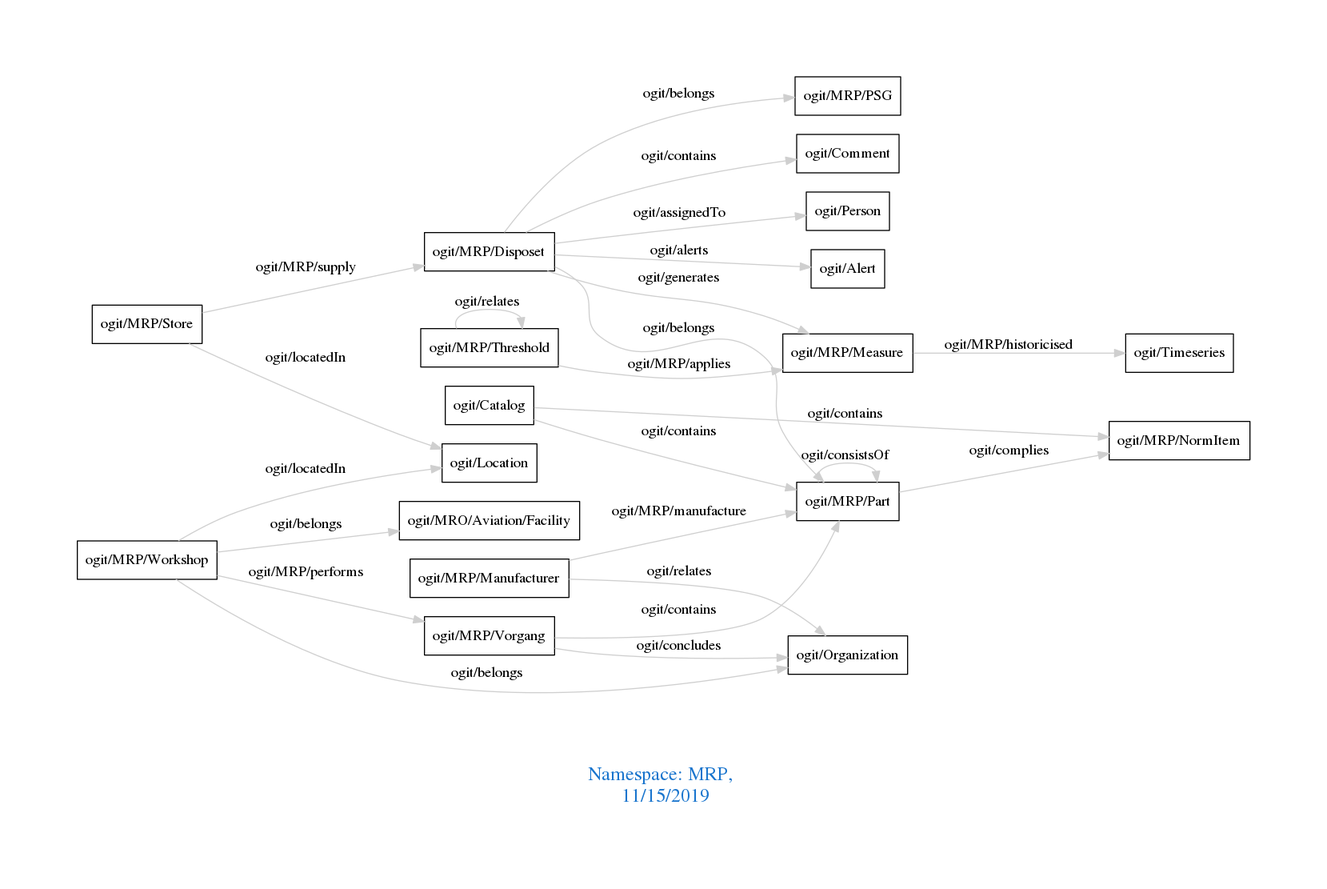
Above: downloads/MRP.png in arago/OGIT (Graphviz), before the change. Its source is kept beside it as downloads/MRP.dot.
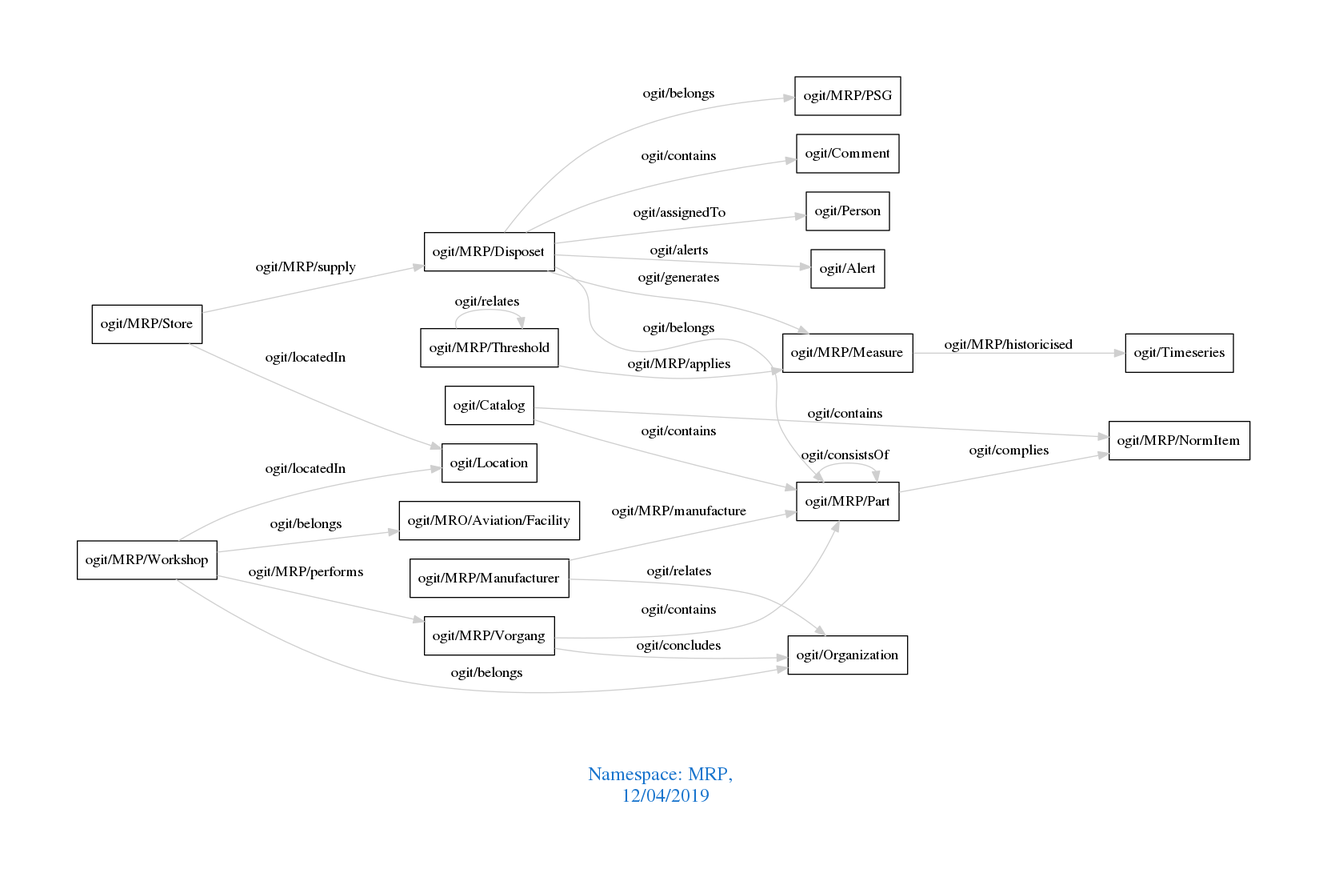
The same diagram one commit later.

What changed in the source:
```diff
@@ -1,7 +1,7 @@
 digraph OGIT_ontology {
  graph [ rankdir= LR,pad=1
 fontsize = 18,
-fontcolor= dodgerblue3,label = "\n\n\nNamespace: MRP, \n 11/15/2019"];
+fontcolor= dodgerblue3,label = "\n\n\nNamespace: MRP, \n 12/04/2019"];
 node[shape=polygon];
 edge [  color="gray81"];
 
```
